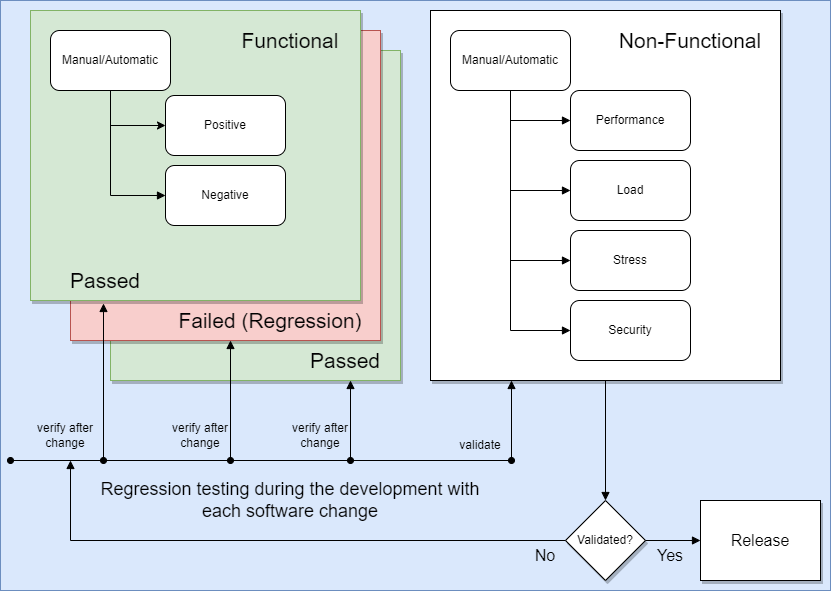
Earlier version of the draw.io export Assets/images/test-types.png (braboj/tutorial-testing). Source tidied: cells renumbered, new cells last; positions are measured from the earlier drawing's top-left corner, leaving out a move shared by most shapes.
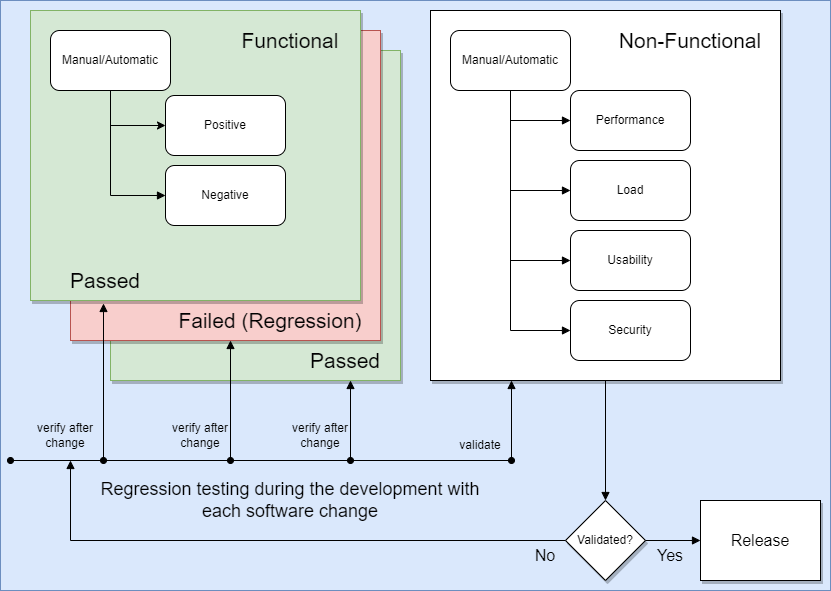
Later version of the same file.

What changed in the source:
```diff
@@ -91,7 +91,7 @@
     <mxCell id="26" value="Performance" style="rounded=1;whiteSpace=wrap;html=1;" parent="1" vertex="1">
       <mxGeometry x="570" y="90" width="120" height="60" as="geometry" />
     </mxCell>
-    <mxCell id="27" value="Stress" style="rounded=1;whiteSpace=wrap;html=1;" parent="1" vertex="1">
+    <mxCell id="27" value="Usability" style="rounded=1;whiteSpace=wrap;html=1;" parent="1" vertex="1">
       <mxGeometry x="570" y="230" width="120" height="60" as="geometry" />
     </mxCell>
     <mxCell id="28" value="Security" style="rounded=1;whiteSpace=wrap;html=1;" parent="1" vertex="1">
```
